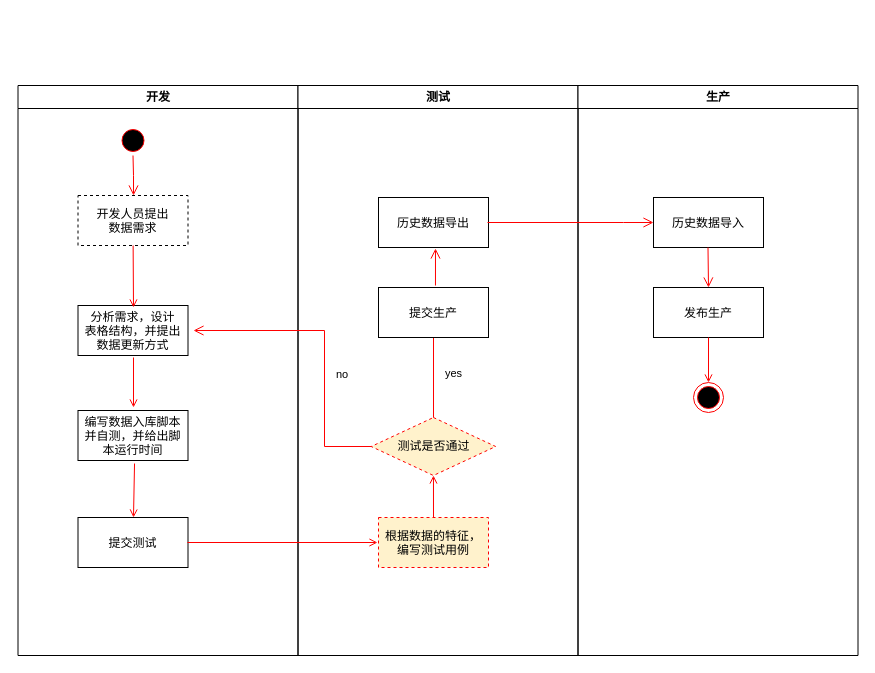
The draw.io diagram drawio/未命名绘图.drawio in jayed008/notebook, before the edit. Source tidied: cells renumbered, new cells numbered last; positions are measured from the earlier drawing's top-left corner, leaving out a move shared by most shapes. Both pictures are drawn from the tidied source at 100%, with x=0, y=0 at pixel (17, 85).
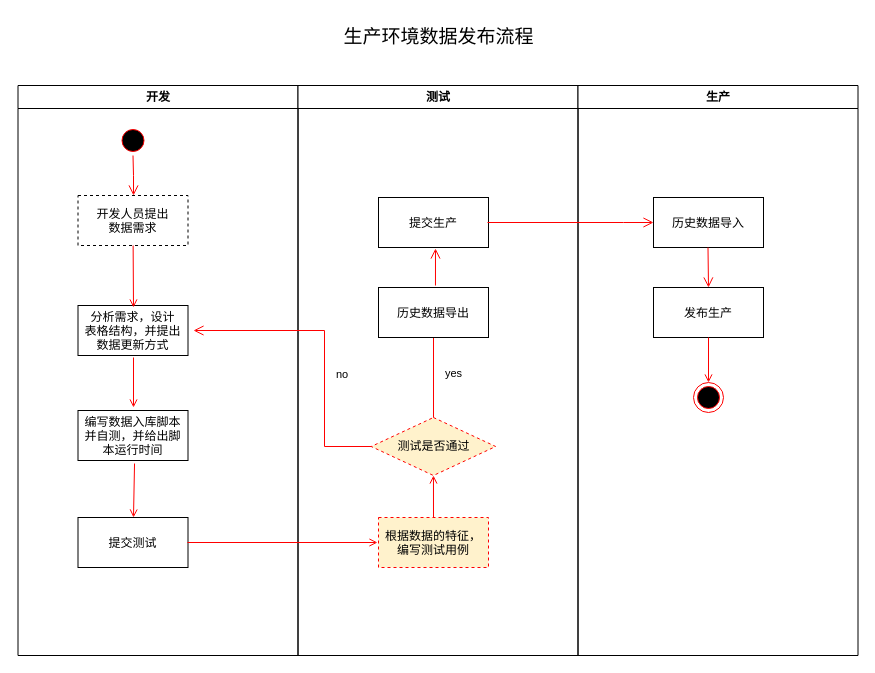
The same diagram, later.

Commit message:
更新未命名绘图.drawio

Unchanged cells that the change refers to:
```xml
<mxCell id="12" value="测试" style="swimlane;whiteSpace=wrap;" parent="1" vertex="1">
  <mxGeometry x="280.5" width="280" height="570" as="geometry" />
</mxCell>
```

Diff of the diagram source:
```diff
@@
-    <mxCell id="17" value="提交生产" parent="12" vertex="1">
+    <mxCell id="17" value="历史数据导出" parent="12" vertex="1">
       <mxGeometry x="80.5" y="202" width="110" height="50" as="geometry" />
     </mxCell>
-    <mxCell id="18" value="历史数据导出" parent="12" vertex="1">
+    <mxCell id="18" value="提交生产" parent="12" vertex="1">
       <mxGeometry x="80.5" y="112" width="110" height="50" as="geometry" />
     </mxCell>
@@
+    <mxCell id="29" value="&lt;font style=&quot;font-size: 19px;&quot;&gt;生产环境数据发布流程&lt;/font&gt;" style="text;html=1;align=center;verticalAlign=middle;fillColor=none;strokeColor=none;rounded=0;dashed=1;" parent="1" vertex="1">
+      <mxGeometry x="316" y="-68" width="210" height="40" as="geometry" />
+    </mxCell>
```
